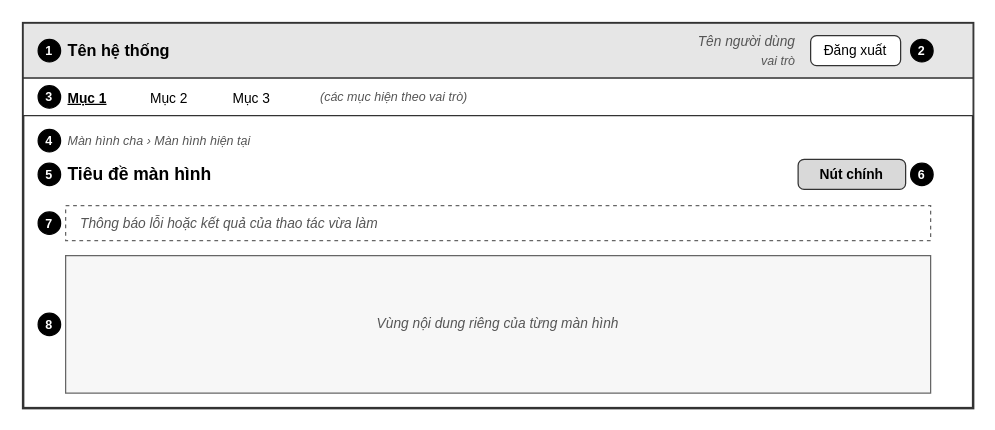
This is docs/giao_dien/drawio/Bo_cuc_chung.drawio from kanishere55/OOSD_NenTangDieuPhoi_TNV, a draw.io file, before an edit. Source tidied: cells renumbered, new cells numbered last; positions are measured from the earlier drawing's top-left corner, leaving out a move shared by most shapes. Both pictures are drawn from the tidied source at 125%, with x=0, y=0 at pixel (22, 22).
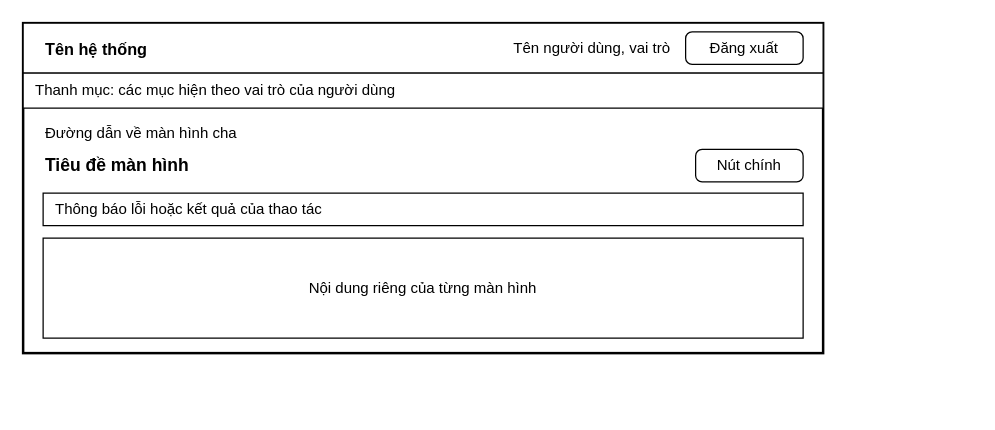
Above is the later version.

Change to the diagram source:
```diff
@@
-    <mxCell id="2" style="rounded=0;whiteSpace=wrap;html=1;fillColor=#ffffff;strokeColor=#333333;strokeWidth=2;" parent="1" vertex="1">
-      <mxGeometry width="760" height="308" as="geometry" />
+    <mxCell id="2" style="rounded=0;whiteSpace=wrap;html=1;fillColor=#ffffff;strokeColor=#000000;strokeWidth=2;" parent="1" vertex="1">
+      <mxGeometry width="640" height="264" as="geometry" />
     </mxCell>
-    <mxCell id="3" style="rounded=0;arcSize=8;whiteSpace=wrap;html=1;fillColor=#e6e6e6;strokeColor=#333333;" parent="1" vertex="1">
-      <mxGeometry width="760" height="44" as="geometry" />
+    <mxCell id="3" style="rounded=0;whiteSpace=wrap;html=1;fillColor=#ffffff;strokeColor=#000000;fontColor=#000000;fontSize=12;align=center;" parent="1" vertex="1">
+      <mxGeometry width="640" height="40" as="geometry" />
     </mxCell>
-    <mxCell id="4" value="Tên hệ thống" style="text;html=1;strokeColor=none;fillColor=none;align=left;verticalAlign=middle;whiteSpace=wrap;rounded=0;fontSize=13;fontStyle=1;fontColor=#000000;" parent="1" vertex="1">
-      <mxGeometry x="34" y="12" width="200" height="20" as="geometry" />
+    <mxCell id="4" value="Tên hệ thống" style="text;html=1;strokeColor=none;fillColor=none;whiteSpace=wrap;verticalAlign=middle;fontColor=#000000;align=left;fontSize=13;fontStyle=1;" parent="1" vertex="1">
+      <mxGeometry x="16" y="10" width="200" height="21" as="geometry" />
     </mxCell>
-    <mxCell id="5" value="1" style="ellipse;whiteSpace=wrap;html=1;fillColor=#000000;strokeColor=#000000;fontColor=#ffffff;fontSize=10;fontStyle=1;" parent="1" vertex="1">
-      <mxGeometry x="12" y="13" width="18" height="18" as="geometry" />
+    <mxCell id="5" value="Tên người dùng, vai trò" style="text;html=1;strokeColor=none;fillColor=none;whiteSpace=wrap;verticalAlign=middle;fontColor=#000000;align=right;fontSize=12;fontStyle=0;" parent="1" vertex="1">
+      <mxGeometry x="330" y="10" width="190" height="20" as="geometry" />
     </mxCell>
-    <mxCell id="6" value="Tên người dùng" style="text;html=1;strokeColor=none;fillColor=none;align=right;verticalAlign=middle;whiteSpace=wrap;rounded=0;fontSize=11;fontStyle=2;fontColor=#555555;" parent="1" vertex="1">
-      <mxGeometry x="470" y="6" width="150" height="18" as="geometry" />
+    <mxCell id="6" value="Đăng xuất" style="rounded=1;arcSize=20;whiteSpace=wrap;html=1;fillColor=#ffffff;strokeColor=#000000;fontColor=#000000;fontSize=12;" parent="1" vertex="1">
+      <mxGeometry x="530" y="7" width="94" height="26" as="geometry" />
     </mxCell>
-    <mxCell id="7" value="vai trò" style="text;html=1;strokeColor=none;fillColor=none;align=right;verticalAlign=middle;whiteSpace=wrap;rounded=0;fontSize=10;fontStyle=2;fontColor=#555555;" parent="1" vertex="1">
-      <mxGeometry x="470" y="22" width="150" height="16" as="geometry" />
+    <mxCell id="7" value="Thanh mục: các mục hiện theo vai trò của người dùng" style="rounded=0;whiteSpace=wrap;html=1;fillColor=#ffffff;strokeColor=#000000;fontColor=#000000;fontSize=12;align=left;spacingLeft=8;" parent="1" vertex="1">
+      <mxGeometry y="40" width="640" height="28" as="geometry" />
     </mxCell>
-    <mxCell id="8" value="Đăng xuất" style="rounded=1;arcSize=20;whiteSpace=wrap;html=1;fontSize=11;strokeColor=#333333;fillColor=#ffffff;" parent="1" vertex="1">
-      <mxGeometry x="630" y="10" width="72" height="24" as="geometry" />
+    <mxCell id="8" value="Đường dẫn về màn hình cha" style="text;html=1;strokeColor=none;fillColor=none;whiteSpace=wrap;verticalAlign=middle;fontColor=#000000;align=left;fontSize=12;fontStyle=0;" parent="1" vertex="1">
+      <mxGeometry x="16" y="78" width="400" height="20" as="geometry" />
     </mxCell>
-    <mxCell id="9" value="2" style="ellipse;whiteSpace=wrap;html=1;fillColor=#000000;strokeColor=#000000;fontColor=#ffffff;fontSize=10;fontStyle=1;" parent="1" vertex="1">
-      <mxGeometry x="710" y="13" width="18" height="18" as="geometry" />
+    <mxCell id="9" value="Tiêu đề màn hình" style="text;html=1;strokeColor=none;fillColor=none;whiteSpace=wrap;verticalAlign=middle;fontColor=#000000;align=left;fontSize=14;fontStyle=1;" parent="1" vertex="1">
+      <mxGeometry x="16" y="102" width="300" height="24" as="geometry" />
     </mxCell>
-    <mxCell id="10" style="rounded=0;arcSize=8;whiteSpace=wrap;html=1;fillColor=#ffffff;strokeColor=#333333;" parent="1" vertex="1">
-      <mxGeometry y="44" width="760" height="30" as="geometry" />
+    <mxCell id="10" value="Nút chính" style="rounded=1;arcSize=20;whiteSpace=wrap;html=1;fillColor=#ffffff;strokeColor=#000000;fontColor=#000000;fontSize=12;" parent="1" vertex="1">
+      <mxGeometry x="538" y="101" width="86" height="26" as="geometry" />
     </mxCell>
-    <mxCell id="11" value="Mục 1" style="text;html=1;strokeColor=none;fillColor=none;align=left;verticalAlign=middle;whiteSpace=wrap;rounded=0;fontSize=11;fontStyle=5;fontColor=#000000;" parent="1" vertex="1">
-      <mxGeometry x="34" y="50" width="60" height="19" as="geometry" />
+    <mxCell id="11" value="Thông báo lỗi hoặc kết quả của thao tác" style="rounded=0;whiteSpace=wrap;html=1;fillColor=#ffffff;strokeColor=#000000;fontColor=#000000;fontSize=12;align=left;spacingLeft=8;" parent="1" vertex="1">
+      <mxGeometry x="16" y="136" width="608" height="26" as="geometry" />
     </mxCell>
-    <mxCell id="12" value="Mục 2" style="text;html=1;strokeColor=none;fillColor=none;align=left;verticalAlign=middle;whiteSpace=wrap;rounded=0;fontSize=11;fontStyle=0;fontColor=#000000;" parent="1" vertex="1">
-      <mxGeometry x="100" y="50" width="60" height="19" as="geometry" />
+    <mxCell id="12" value="Nội dung riêng của từng màn hình" style="rounded=0;whiteSpace=wrap;html=1;fillColor=#ffffff;strokeColor=#000000;fontColor=#000000;fontSize=12;align=center;" parent="1" vertex="1">
+      <mxGeometry x="16" y="172" width="608" height="80" as="geometry" />
     </mxCell>
-    <mxCell id="13" value="Mục 3" style="text;html=1;strokeColor=none;fillColor=none;align=left;verticalAlign=middle;whiteSpace=wrap;rounded=0;fontSize=11;fontStyle=0;fontColor=#000000;" parent="1" vertex="1">
-      <mxGeometry x="166" y="50" width="60" height="19" as="geometry" />
-    </mxCell>
-    <mxCell id="14" value="(các mục hiện theo vai trò)" style="text;html=1;strokeColor=none;fillColor=none;align=left;verticalAlign=middle;whiteSpace=wrap;rounded=0;fontSize=10;fontStyle=2;fontColor=#555555;" parent="1" vertex="1">
-      <mxGeometry x="236" y="50" width="200" height="18" as="geometry" />
-    </mxCell>
-    <mxCell id="15" value="3" style="ellipse;whiteSpace=wrap;html=1;fillColor=#000000;strokeColor=#000000;fontColor=#ffffff;fontSize=10;fontStyle=1;" parent="1" vertex="1">
-      <mxGeometry x="12" y="50" width="18" height="18" as="geometry" />
-    </mxCell>
-    <mxCell id="16" value="Màn hình cha  ›  Màn hình hiện tại" style="text;html=1;strokeColor=none;fillColor=none;align=left;verticalAlign=middle;whiteSpace=wrap;rounded=0;fontSize=10;fontStyle=2;fontColor=#555555;" parent="1" vertex="1">
-      <mxGeometry x="34" y="86" width="300" height="16" as="geometry" />
-    </mxCell>
-    <mxCell id="17" value="4" style="ellipse;whiteSpace=wrap;html=1;fillColor=#000000;strokeColor=#000000;fontColor=#ffffff;fontSize=10;fontStyle=1;" parent="1" vertex="1">
-      <mxGeometry x="12" y="85" width="18" height="18" as="geometry" />
-    </mxCell>
-    <mxCell id="18" value="Tiêu đề màn hình" style="text;html=1;strokeColor=none;fillColor=none;align=left;verticalAlign=middle;whiteSpace=wrap;rounded=0;fontSize=14;fontStyle=1;fontColor=#000000;" parent="1" vertex="1">
-      <mxGeometry x="34" y="110" width="260" height="22" as="geometry" />
-    </mxCell>
-    <mxCell id="19" value="5" style="ellipse;whiteSpace=wrap;html=1;fillColor=#000000;strokeColor=#000000;fontColor=#ffffff;fontSize=10;fontStyle=1;" parent="1" vertex="1">
-      <mxGeometry x="12" y="112" width="18" height="18" as="geometry" />
-    </mxCell>
-    <mxCell id="20" value="Nút chính" style="rounded=1;arcSize=20;whiteSpace=wrap;html=1;fontSize=11;strokeColor=#333333;fillColor=#d9d9d9;fontStyle=1;" parent="1" vertex="1">
-      <mxGeometry x="620" y="109" width="86" height="24" as="geometry" />
-    </mxCell>
-    <mxCell id="21" value="6" style="ellipse;whiteSpace=wrap;html=1;fillColor=#000000;strokeColor=#000000;fontColor=#ffffff;fontSize=10;fontStyle=1;" parent="1" vertex="1">
-      <mxGeometry x="710" y="112" width="18" height="18" as="geometry" />
-    </mxCell>
-    <mxCell id="22" style="rounded=0;arcSize=8;whiteSpace=wrap;html=1;fillColor=#ffffff;strokeColor=#666666;dashed=1;" parent="1" vertex="1">
-      <mxGeometry x="34" y="146" width="692" height="28" as="geometry" />
-    </mxCell>
-    <mxCell id="23" value="Thông báo lỗi hoặc kết quả của thao tác vừa làm" style="text;html=1;strokeColor=none;fillColor=none;align=left;verticalAlign=middle;whiteSpace=wrap;rounded=0;fontSize=11;fontStyle=2;fontColor=#555555;" parent="1" vertex="1">
-      <mxGeometry x="44" y="151" width="500" height="18" as="geometry" />
-    </mxCell>
-    <mxCell id="24" value="7" style="ellipse;whiteSpace=wrap;html=1;fillColor=#000000;strokeColor=#000000;fontColor=#ffffff;fontSize=10;fontStyle=1;" parent="1" vertex="1">
-      <mxGeometry x="12" y="151" width="18" height="18" as="geometry" />
-    </mxCell>
-    <mxCell id="25" style="rounded=0;arcSize=8;whiteSpace=wrap;html=1;fillColor=#f7f7f7;strokeColor=#666666;" parent="1" vertex="1">
-      <mxGeometry x="34" y="186" width="692" height="110" as="geometry" />
-    </mxCell>
-    <mxCell id="26" value="Vùng nội dung riêng của từng màn hình" style="text;html=1;strokeColor=none;fillColor=none;align=center;verticalAlign=middle;whiteSpace=wrap;rounded=0;fontSize=11;fontStyle=2;fontColor=#555555;" parent="1" vertex="1">
-      <mxGeometry x="34" y="230" width="692" height="20" as="geometry" />
-    </mxCell>
-    <mxCell id="27" value="8" style="ellipse;whiteSpace=wrap;html=1;fillColor=#000000;strokeColor=#000000;fontColor=#ffffff;fontSize=10;fontStyle=1;" parent="1" vertex="1">
-      <mxGeometry x="12" y="232" width="18" height="18" as="geometry" />
-    </mxCell>
```
